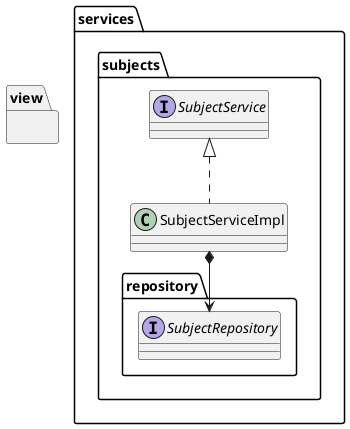
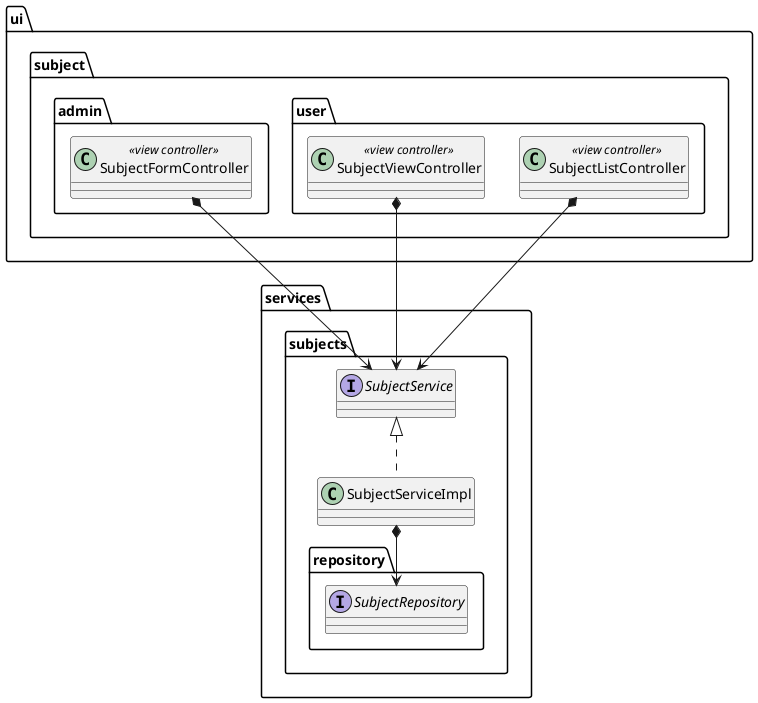
@startuml
- package view {
+ package ui {
+     package subject {
+         package user {
+             class SubjectListController <<view controller>>
+             class SubjectViewController <<view controller>>
+         }
+ 
+         package admin {
+             class SubjectFormController <<view controller>>
+         }
+     }
}

package services {
    package subjects {
        interface SubjectService
        class SubjectServiceImpl

        package repository {
            interface SubjectRepository
        }

        SubjectService <|.. SubjectServiceImpl
        SubjectServiceImpl *--> SubjectRepository
    }
}
+ 
+ SubjectListController *--> SubjectService
+ SubjectViewController *--> SubjectService
+ SubjectFormController *--> SubjectService
@enduml